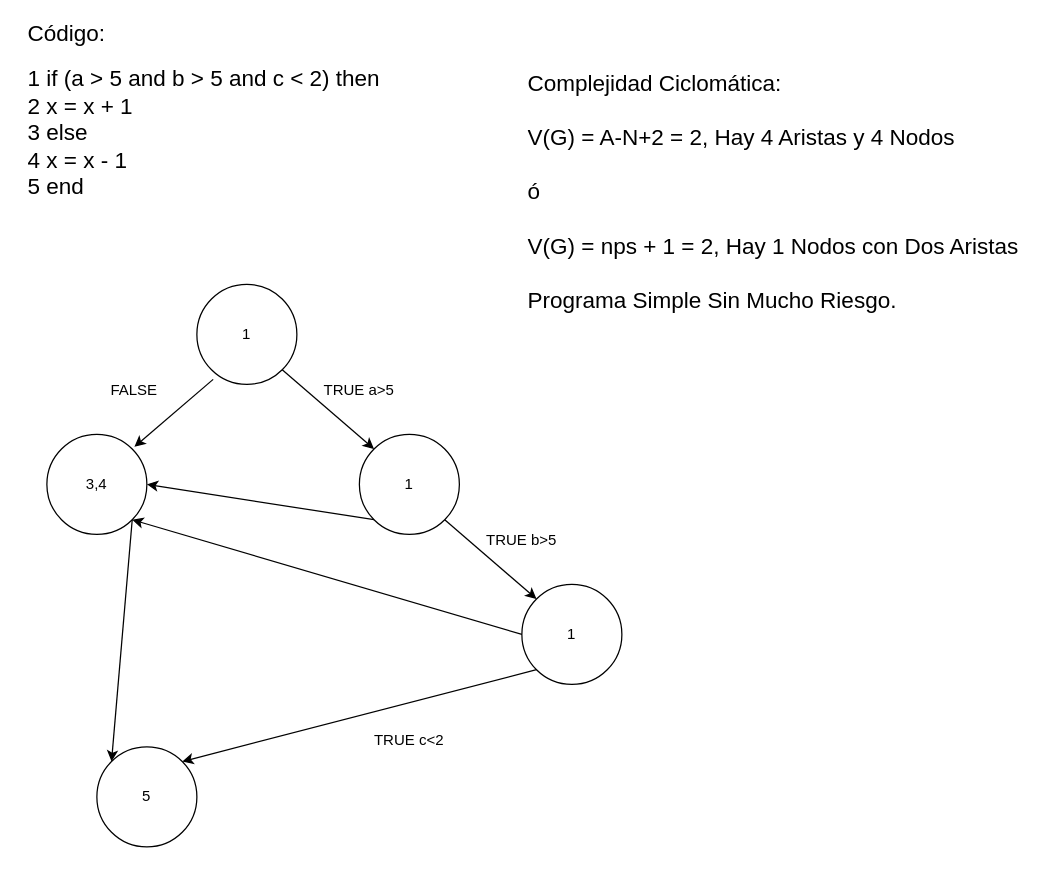
Earlier version of the draw.io diagram Entornos de Desarrollo/Pruebas de Caja Blanca/Entrega/Ejercicio-1-Entrega.drawio (matelat-daw/DAW-2--Trimestre). Source tidied: cells renumbered, new cells numbered last; positions are measured from the earlier drawing's top-left corner, leaving out a move shared by most shapes. Both pictures are drawn from the tidied source at 125%, with x=0, y=0 at pixel (21, 34).
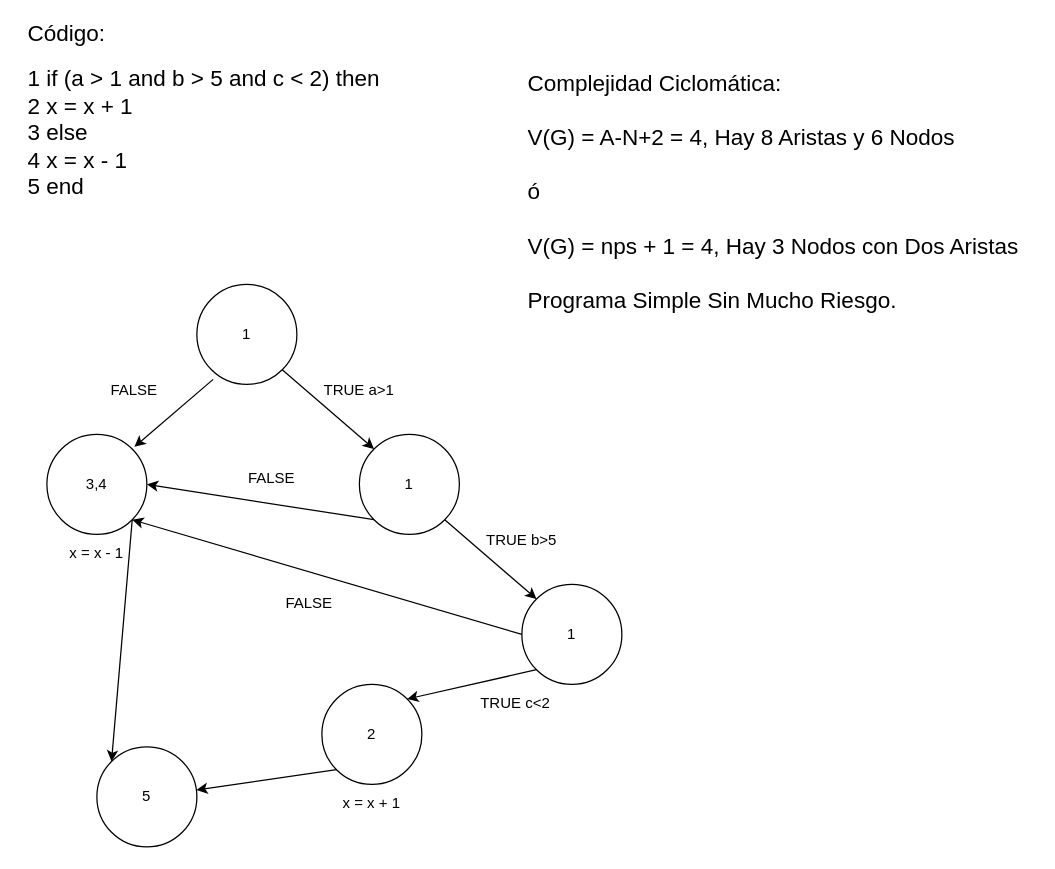
After the change.

Unchanged cells that the change refers to:
```xml
<mxCell id="13" style="ellipse;whiteSpace=wrap;html=1;" parent="1" vertex="1">
  <mxGeometry x="60" y="570" width="80" height="80" as="geometry" />
</mxCell>
<mxCell id="18" style="ellipse;whiteSpace=wrap;html=1;" parent="1" vertex="1">
  <mxGeometry x="400" y="440" width="80" height="80" as="geometry" />
</mxCell>
```

What changed in the source:
```diff
@@
-    <mxCell id="2" value="&lt;font style=&quot;font-size: 18px;&quot;&gt;Código:&lt;/font&gt;&lt;br&gt;&lt;br&gt;&lt;font style=&quot;font-size: 18px;&quot;&gt;1 if (a &amp;gt; 5 and b &amp;gt; 5 and c &amp;lt; 2) then&lt;br&gt;2 x = x + 1&lt;br&gt;3 else&lt;br&gt;4 x = x - 1&lt;br&gt;5 end&lt;br&gt;&lt;/font&gt;" style="text;html=1;spacing=5;spacingTop=-20;whiteSpace=wrap;overflow=hidden;rounded=0;" parent="1" vertex="1">
+    <mxCell id="2" value="&lt;font style=&quot;font-size: 18px;&quot;&gt;Código:&lt;/font&gt;&lt;br&gt;&lt;br&gt;&lt;font style=&quot;font-size: 18px;&quot;&gt;1 if (a &amp;gt; 1 and b &amp;gt; 5 and c &amp;lt; 2) then&lt;br&gt;2 x = x + 1&lt;br&gt;3 else&lt;br&gt;4 x = x - 1&lt;br&gt;5 end&lt;br&gt;&lt;/font&gt;" style="text;html=1;spacing=5;spacingTop=-20;whiteSpace=wrap;overflow=hidden;rounded=0;" parent="1" vertex="1">
       <mxGeometry width="300" height="200" as="geometry" />
     </mxCell>
@@
-    <mxCell id="11" value="TRUE a&amp;gt;5" style="text;html=1;align=center;verticalAlign=middle;whiteSpace=wrap;rounded=0;" parent="1" vertex="1">
+    <mxCell id="11" value="TRUE a&amp;gt;1" style="text;html=1;align=center;verticalAlign=middle;whiteSpace=wrap;rounded=0;" parent="1" vertex="1">
       <mxGeometry x="240" y="270" width="60" height="30" as="geometry" />
     </mxCell>
@@
-    <mxCell id="17" value="&lt;font style=&quot;font-size: 18px;&quot;&gt;Complejidad Ciclomática:&lt;br&gt;&lt;br&gt;&lt;/font&gt;&lt;font style=&quot;font-size: 18px;&quot;&gt;V(G) = A-N+2 = 2, Hay 4 Aristas y 4 Nodos&lt;br&gt;&lt;br&gt;ó&lt;br&gt;&lt;br&gt;V(G) = nps + 1 = 2, Hay 1 Nodos con Dos Aristas&lt;br&gt;&lt;br&gt;Programa Simple Sin Mucho Riesgo.&lt;/font&gt;" style="text;html=1;spacing=5;spacingTop=-20;whiteSpace=wrap;overflow=hidden;rounded=0;" parent="1" vertex="1">
-      <mxGeometry x="400" y="40" width="410" height="290" as="geometry" />
+    <mxCell id="17" value="&lt;font style=&quot;font-size: 18px;&quot;&gt;Complejidad Ciclomática:&lt;br&gt;&lt;br&gt;&lt;/font&gt;&lt;font style=&quot;font-size: 18px;&quot;&gt;V(G) = A-N+2 = 4, Hay 8 Aristas y 6 Nodos&lt;br&gt;&lt;br&gt;ó&lt;br&gt;&lt;br&gt;V(G) = nps + 1 = 4, Hay 3 Nodos con Dos Aristas&lt;br&gt;&lt;br&gt;Programa Simple Sin Mucho Riesgo.&lt;/font&gt;" style="text;html=1;spacing=5;spacingTop=-20;whiteSpace=wrap;overflow=hidden;rounded=0;" parent="1" vertex="1">
+      <mxGeometry x="400" y="40" width="410" height="200" as="geometry" />
     </mxCell>
@@
-    <mxCell id="22" style="endArrow=classic;html=1;rounded=0;entryX=1;entryY=0;entryDx=0;entryDy=0;exitX=0;exitY=1;exitDx=0;exitDy=0;" parent="1" edge="1" source="18" target="13">
-      <mxGeometry relative="1" as="geometry" />
-    </mxCell>
     <mxCell id="23" value="TRUE c&amp;lt;2" style="text;html=1;align=center;verticalAlign=middle;whiteSpace=wrap;rounded=0;" parent="1" vertex="1">
-      <mxGeometry x="280" y="550" width="60" height="30" as="geometry" />
+      <mxGeometry x="360" y="520" width="70" height="30" as="geometry" />
     </mxCell>
@@
+    <mxCell id="25" value="FALSE" style="text;html=1;align=center;verticalAlign=middle;whiteSpace=wrap;rounded=0;" parent="1" vertex="1">
+      <mxGeometry x="170" y="340" width="60" height="30" as="geometry" />
+    </mxCell>
+    <mxCell id="26" value="FALSE" style="text;html=1;align=center;verticalAlign=middle;whiteSpace=wrap;rounded=0;" parent="1" vertex="1">
+      <mxGeometry x="200" y="440" width="60" height="30" as="geometry" />
+    </mxCell>
+    <mxCell id="27" value="x = x - 1" style="text;html=1;align=center;verticalAlign=middle;whiteSpace=wrap;rounded=0;" parent="1" vertex="1">
+      <mxGeometry x="25" y="400" width="70" height="30" as="geometry" />
+    </mxCell>
+    <mxCell id="28" style="ellipse;whiteSpace=wrap;html=1;" parent="1" vertex="1">
+      <mxGeometry x="240" y="520" width="80" height="80" as="geometry" />
+    </mxCell>
+    <mxCell id="29" style="endArrow=classic;html=1;rounded=0;entryX=1;entryY=0;entryDx=0;entryDy=0;exitX=0;exitY=1;exitDx=0;exitDy=0;" parent="1" edge="1" source="18" target="28">
+      <mxGeometry relative="1" as="geometry" />
+    </mxCell>
+    <mxCell id="30" style="endArrow=classic;html=1;rounded=0;exitX=0;exitY=1;exitDx=0;exitDy=0;" parent="1" edge="1" source="28" target="13">
+      <mxGeometry relative="1" as="geometry" />
+    </mxCell>
+    <mxCell id="31" value="2" style="text;html=1;align=center;verticalAlign=middle;whiteSpace=wrap;rounded=0;" parent="1" vertex="1">
+      <mxGeometry x="250" y="545" width="60" height="30" as="geometry" />
+    </mxCell>
+    <mxCell id="32" value="x = x + 1" style="text;html=1;align=center;verticalAlign=middle;whiteSpace=wrap;rounded=0;" parent="1" vertex="1">
+      <mxGeometry x="250" y="600" width="60" height="30" as="geometry" />
+    </mxCell>
```
